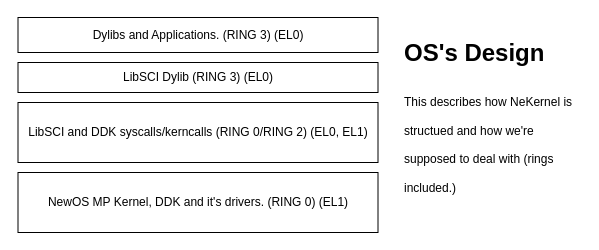
The draw.io diagram doc/OS_DESIGN.drawio in nekernel-org/nekernel, before the edit. Source tidied: cells renumbered, new cells numbered last; positions are measured from the earlier drawing's top-left corner, leaving out a move shared by most shapes. Both pictures are drawn from the tidied source at 100%, with x=0, y=0 at pixel (18, 17).
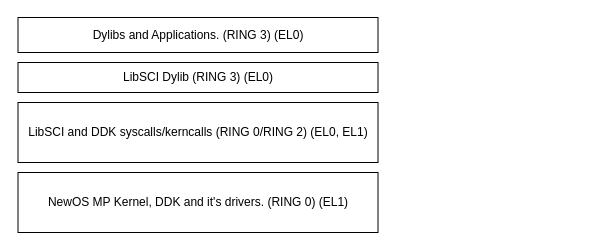
Above is the later version.

Commit message:
doc/OS_DESGIN.drawio: Remove useless comment

Diff of the diagram source:
```diff
@@
 <mxGraphModel>
   <root>
     <mxCell id="0" />
     <mxCell id="1" parent="0" />
     <mxCell id="2" value="LibSCI Dylib (RING 3) (EL0)" style="rounded=0;whiteSpace=wrap;html=1;" parent="1" vertex="1">
       <mxGeometry x="-0.5" y="45" width="360" height="30" as="geometry" />
     </mxCell>
     <mxCell id="3" value="Dylibs and Applications. (RING 3) (EL0)" style="rounded=0;whiteSpace=wrap;html=1;" parent="1" vertex="1">
       <mxGeometry x="-0.5" width="360" height="35" as="geometry" />
     </mxCell>
-    <mxCell id="4" value="&lt;h1 style=&quot;margin-top: 0px;&quot;&gt;&lt;span style=&quot;background-color: initial;&quot;&gt;OS's Design&lt;/span&gt;&lt;/h1&gt;&lt;h1 style=&quot;margin-top: 0px;&quot;&gt;&lt;span style=&quot;font-size: 12px; font-weight: 400;&quot;&gt;This describes how NeKernel is structued and how we're supposed to deal with (rings included.)&lt;/span&gt;&lt;/h1&gt;" style="text;html=1;whiteSpace=wrap;overflow=hidden;rounded=0;" parent="1" vertex="1">
-      <mxGeometry x="384" y="15" width="180" height="180" as="geometry" />
-    </mxCell>
     <mxCell id="5" value="NewOS MP Kernel, DDK and it's drivers. (RING 0) (EL1)" style="rounded=0;whiteSpace=wrap;html=1;" parent="1" vertex="1">
       <mxGeometry x="-0.5" y="155" width="360" height="60" as="geometry" />
     </mxCell>
     <mxCell id="6" value="LibSCI and DDK syscalls/kerncalls (RING 0/RING 2) (EL0, EL1)" style="rounded=0;whiteSpace=wrap;html=1;" parent="1" vertex="1">
       <mxGeometry x="-0.5" y="85" width="360" height="60" as="geometry" />
     </mxCell>
   </root>
 </mxGraphModel>
```
